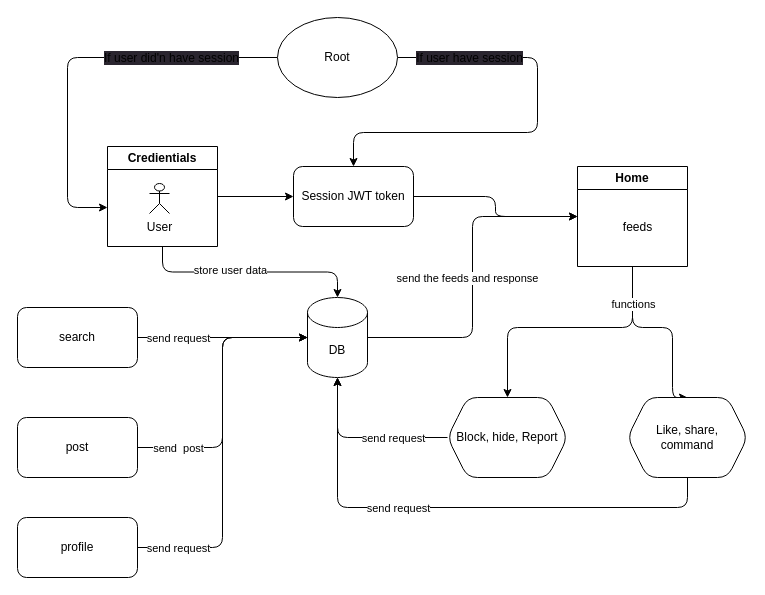
Earlier version of the draw.io diagram rode-map.drawio (DeveloperTharan/Threads-Clone). Source tidied: cells renumbered, new cells numbered last; positions are measured from the earlier drawing's top-left corner, leaving out a move shared by most shapes. Both pictures are drawn from the tidied source at 100%, with x=0, y=0 at pixel (17, 17).
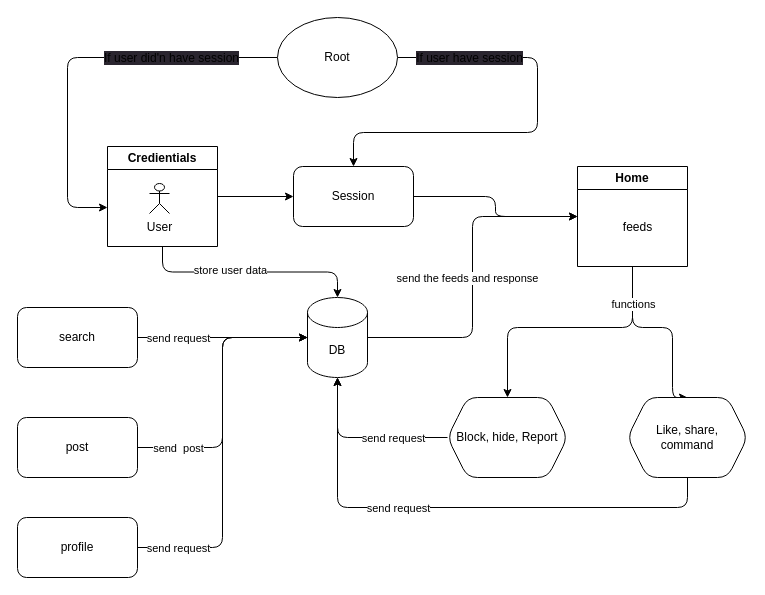
Above is the later version.

The edit, as a diff of the source:
```diff
@@
-    <mxCell id="20" value="Session JWT token" style="rounded=1;whiteSpace=wrap;html=1;" parent="1" vertex="1">
+    <mxCell id="20" value="Session" style="rounded=1;whiteSpace=wrap;html=1;" parent="1" vertex="1">
       <mxGeometry x="276" y="149" width="120" height="60" as="geometry" />
     </mxCell>
```
